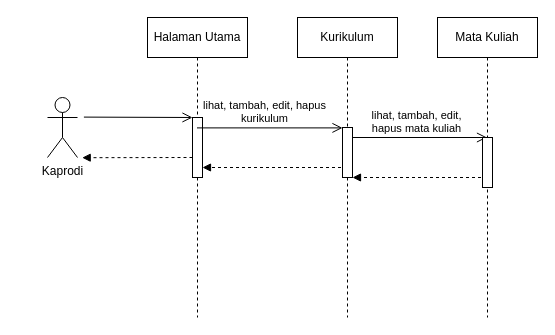
This is page "Sequence" (3 of 3) of draw.io/UML-kurikulum.drawio from ributwiboworahayu/laporan-TA, a draw.io file, before an edit. Source tidied: cells renumbered, new cells numbered last; positions are measured from the earlier drawing's top-left corner, leaving out a move shared by most shapes. Both pictures are drawn from the tidied source at 100%, with x=0, y=0 at pixel (47, 17).
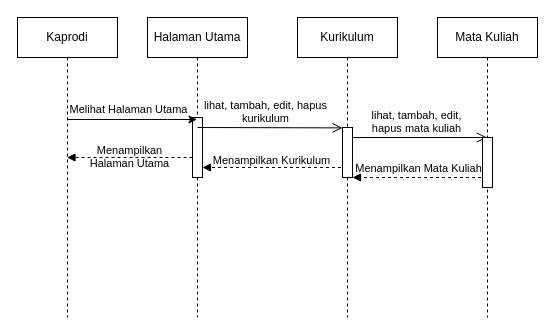
Above is the later version.

The change refers to these unchanged cells:
```xml
<mxCell id="3" value="Halaman Utama" style="shape=umlLifeline;perimeter=lifelinePerimeter;whiteSpace=wrap;html=1;outlineConnect=0;" parent="1" vertex="1">
  <mxGeometry x="100" width="100" height="300" as="geometry" />
</mxCell>
<mxCell id="4" style="html=1;points=[];perimeter=orthogonalPerimeter;" parent="3" vertex="1">
  <mxGeometry x="45" y="100" width="10" height="60" as="geometry" />
</mxCell>
<mxCell id="7" value="Kurikulum" style="shape=umlLifeline;perimeter=lifelinePerimeter;whiteSpace=wrap;html=1;outlineConnect=0;" parent="1" vertex="1">
  <mxGeometry x="250" width="100" height="300" as="geometry" />
</mxCell>
```

The edit, as a diff of the source:
```diff
@@
-    <mxCell id="2" value="Kaprodi" style="shape=umlActor;verticalLabelPosition=bottom;verticalAlign=top;html=1;outlineConnect=0;" parent="1" vertex="1">
-      <mxGeometry y="80" width="30" height="60" as="geometry" />
-    </mxCell>
@@
-    <mxCell id="5" style="html=1;verticalAlign=bottom;labelBackgroundColor=none;endArrow=block;endFill=1;dashed=1;rounded=0;entryX=0.974;entryY=1.004;entryDx=0;entryDy=0;entryPerimeter=0;" parent="3" edge="1">
+    <mxCell id="5" style="html=1;verticalAlign=bottom;labelBackgroundColor=none;endArrow=block;endFill=1;dashed=1;rounded=0;" parent="3" edge="1" target="2">
       <mxGeometry relative="1" as="geometry">
         <mxPoint x="45" y="140" as="sourcePoint" />
-        <mxPoint x="-65.3" y="140.2" as="targetPoint" />
       </mxGeometry>
     </mxCell>
@@
-    <mxCell id="9" style="endArrow=open;startArrow=none;endFill=0;startFill=0;endSize=8;html=1;verticalAlign=bottom;labelBackgroundColor=none;strokeWidth=1;rounded=0;" parent="7" edge="1" source="3">
+    <mxCell id="9" style="endArrow=open;startArrow=none;endFill=0;startFill=0;endSize=8;html=1;verticalAlign=bottom;labelBackgroundColor=none;strokeWidth=1;rounded=0;" parent="7" edge="1">
       <mxGeometry relative="1" as="geometry">
+        <mxPoint x="-100" y="110" as="sourcePoint" />
         <mxPoint x="45" y="110.4" as="targetPoint" />
       </mxGeometry>
     </mxCell>
@@
+    <mxCell id="17" value="Melihat Halaman Utama" style="edgeLabel;html=1;align=center;verticalAlign=bottom;labelBackgroundColor=none;" parent="9" vertex="1">
+      <mxGeometry x="-0.2" y="1" relative="1" as="geometry">
+        <mxPoint x="-128" y="-9" as="offset" />
+      </mxGeometry>
+    </mxCell>
+    <mxCell id="18" value="Menampilkan&lt;br&gt;Halaman Utama" style="edgeLabel;html=1;align=center;verticalAlign=bottom;labelBackgroundColor=none;" parent="9" vertex="1">
+      <mxGeometry x="-0.2" y="1" relative="1" as="geometry">
+        <mxPoint x="-127" y="45" as="offset" />
+      </mxGeometry>
+    </mxCell>
+    <mxCell id="19" value="Menampilkan Kurikulum" style="edgeLabel;html=1;align=center;verticalAlign=bottom;labelBackgroundColor=none;" parent="9" vertex="1">
+      <mxGeometry x="-0.2" y="1" relative="1" as="geometry">
+        <mxPoint x="15" y="42" as="offset" />
+      </mxGeometry>
+    </mxCell>
+    <mxCell id="20" value="Menampilkan Mata Kuliah" style="edgeLabel;html=1;align=center;verticalAlign=bottom;labelBackgroundColor=none;" parent="9" vertex="1">
+      <mxGeometry x="-0.2" y="1" relative="1" as="geometry">
+        <mxPoint x="162" y="50" as="offset" />
+      </mxGeometry>
+    </mxCell>
@@
-    <mxCell id="16" style="endArrow=open;startArrow=none;endFill=0;startFill=0;endSize=8;html=1;verticalAlign=bottom;labelBackgroundColor=none;strokeWidth=1;rounded=0;exitX=1.139;exitY=0.192;exitDx=0;exitDy=0;exitPerimeter=0;" parent="1" edge="1" target="4">
-      <mxGeometry relative="1" as="geometry">
-        <mxPoint x="36.4" y="99.6" as="sourcePoint" />
-      </mxGeometry>
-    </mxCell>
+    <mxCell id="2" value="Kaprodi" style="shape=umlLifeline;perimeter=lifelinePerimeter;whiteSpace=wrap;html=1;outlineConnect=0;" parent="1" vertex="1">
+      <mxGeometry x="-30" width="100" height="300" as="geometry" />
+    </mxCell>
+    <mxCell id="21" style="endArrow=classic;html=1;rounded=0;fontSize=14;" parent="1" edge="1">
+      <mxGeometry relative="1" as="geometry">
+        <mxPoint x="19.5" y="102" as="sourcePoint" />
+        <mxPoint x="149.5" y="102" as="targetPoint" />
+        <Array as="points">
+          <mxPoint x="120" y="102" />
+        </Array>
+      </mxGeometry>
+    </mxCell>
```
